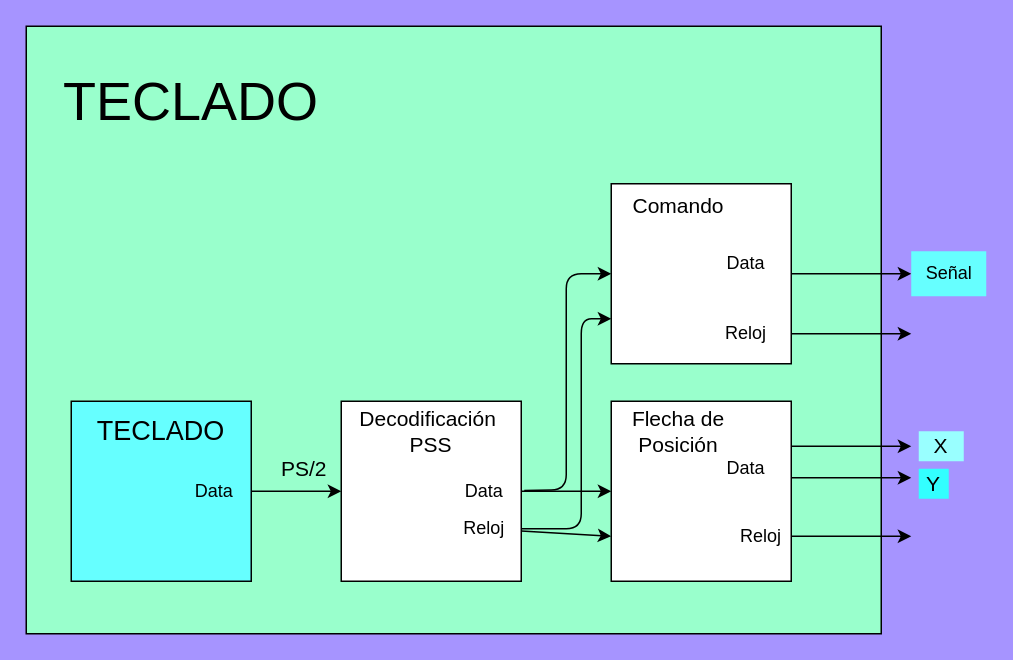
The draw.io diagram retro_paint/diagrams/read_teclado.drawio in safehehe/PTSD1, before the edit. Source tidied: cells renumbered, new cells numbered last; positions are measured from the earlier drawing's top-left corner, leaving out a move shared by most shapes. Both pictures are drawn from the tidied source at 150%, with x=0, y=0 at pixel (26, 26).
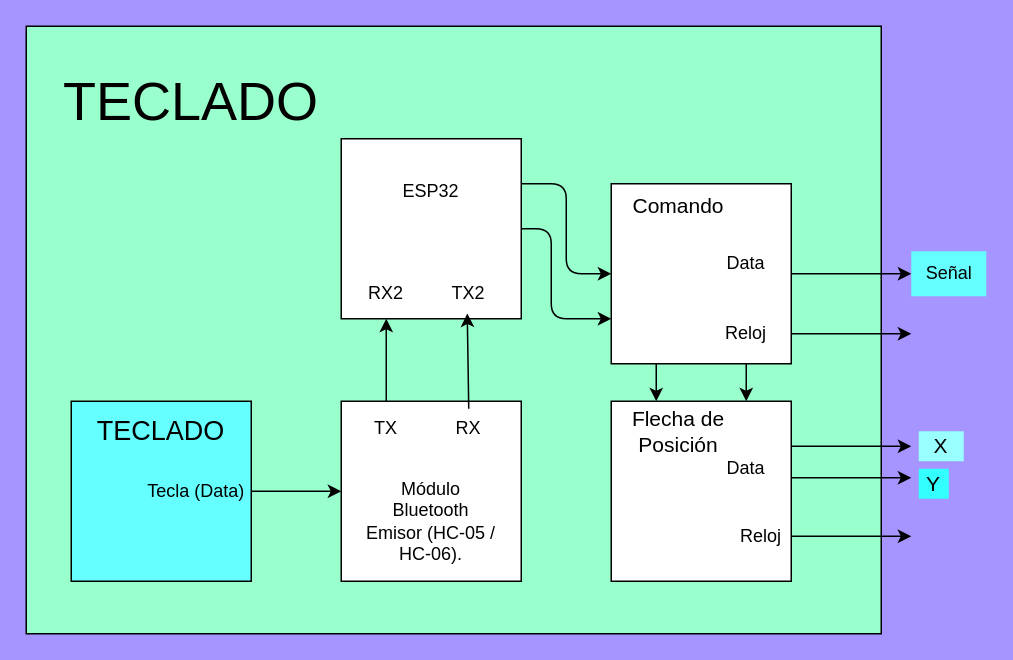
After the change.

Commit message:
Actualización de diagrama para Bluetooth teclado

The change refers to these unchanged cells:
```xml
<mxCell id="9" style="rounded=0;whiteSpace=wrap;html=1;" parent="1" vertex="1">
  <mxGeometry x="210" y="250" width="120" height="120" as="geometry" />
</mxCell>
<mxCell id="18" style="rounded=0;whiteSpace=wrap;html=1;" parent="1" vertex="1">
  <mxGeometry x="390" y="250" width="120" height="120" as="geometry" />
</mxCell>
<mxCell id="26" style="rounded=0;whiteSpace=wrap;html=1;" parent="1" vertex="1">
  <mxGeometry x="390" y="105" width="120" height="120" as="geometry" />
</mxCell>
```

What changed in the source:
```diff
@@
-    <mxCell id="5" value="&lt;font style=&quot;font-size: 14px;&quot;&gt;PS/2&lt;/font&gt;" style="text;html=1;align=center;verticalAlign=middle;strokeColor=none;fillColor=none;" parent="1" vertex="1">
-      <mxGeometry x="160" y="280" width="50" height="30" as="geometry" />
-    </mxCell>
-    <mxCell id="6" value="Data" style="text;html=1;align=center;verticalAlign=middle;strokeColor=none;fillColor=none;" parent="1" vertex="1">
-      <mxGeometry x="100" y="295" width="50" height="30" as="geometry" />
+    <mxCell id="6" value="Tecla (Data)" style="text;html=1;align=center;verticalAlign=middle;strokeColor=none;fillColor=none;" parent="1" vertex="1">
+      <mxGeometry x="68" y="295" width="90" height="30" as="geometry" />
     </mxCell>
-    <mxCell id="7" style="edgeStyle=none;html=1;entryX=0;entryY=0.5;entryDx=0;entryDy=0;" parent="1" edge="1" source="9" target="18">
+    <mxCell id="7" style="edgeStyle=none;html=1;entryX=0.25;entryY=0;entryDx=0;entryDy=0;exitX=0.25;exitY=1;exitDx=0;exitDy=0;" parent="1" edge="1" source="26" target="18">
       <mxGeometry relative="1" as="geometry" />
     </mxCell>
-    <mxCell id="8" style="edgeStyle=none;html=1;entryX=0;entryY=0.5;entryDx=0;entryDy=0;exitX=1.04;exitY=0.483;exitDx=0;exitDy=0;exitPerimeter=0;" parent="1" edge="1" source="12" target="26">
+    <mxCell id="8" style="edgeStyle=none;html=1;entryX=0;entryY=0.5;entryDx=0;entryDy=0;exitX=1;exitY=0.25;exitDx=0;exitDy=0;" parent="1" edge="1" source="34" target="26">
       <mxGeometry relative="1" as="geometry">
         <Array as="points">
-          <mxPoint x="360" y="309" />
+          <mxPoint x="360" y="105" />
           <mxPoint x="360" y="165" />
         </Array>
       </mxGeometry>
     </mxCell>
+    <mxCell id="33" style="edgeStyle=none;html=1;exitX=0.25;exitY=0;exitDx=0;exitDy=0;entryX=0.25;entryY=1;entryDx=0;entryDy=0;" parent="1" edge="1" source="9" target="34">
+      <mxGeometry relative="1" as="geometry" />
+    </mxCell>
@@
-    <mxCell id="11" value="&lt;font style=&quot;font-size: 14px;&quot;&gt;Decodificación&amp;nbsp;&lt;/font&gt;&lt;div&gt;&lt;font style=&quot;font-size: 14px;&quot;&gt;PSS&lt;/font&gt;&lt;/div&gt;" style="text;html=1;align=center;verticalAlign=middle;whiteSpace=wrap;rounded=0;" parent="1" vertex="1">
-      <mxGeometry x="240" y="255" width="60" height="30" as="geometry" />
+    <mxCell id="11" value="Módulo Bluetooth Emisor (HC-05 / HC-06)." style="text;html=1;align=center;verticalAlign=middle;whiteSpace=wrap;rounded=0;" parent="1" vertex="1">
+      <mxGeometry x="225" y="315" width="90" height="30" as="geometry" />
     </mxCell>
-    <mxCell id="12" value="Data" style="text;html=1;align=center;verticalAlign=middle;points=[];strokeColor=none;fillColor=none;" parent="1" vertex="1">
-      <mxGeometry x="280" y="295" width="50" height="30" as="geometry" />
-    </mxCell>
-    <mxCell id="13" style="edgeStyle=none;html=1;entryX=0;entryY=0.75;entryDx=0;entryDy=0;" parent="1" edge="1" source="15" target="18">
+    <mxCell id="13" style="edgeStyle=none;html=1;entryX=0.75;entryY=0;entryDx=0;entryDy=0;exitX=0.75;exitY=1;exitDx=0;exitDy=0;" parent="1" edge="1" source="26" target="18">
       <mxGeometry relative="1" as="geometry" />
     </mxCell>
-    <mxCell id="14" style="edgeStyle=none;html=1;entryX=0;entryY=0.75;entryDx=0;entryDy=0;exitX=1;exitY=0.5;exitDx=0;exitDy=0;exitPerimeter=0;" parent="1" edge="1" source="15" target="26">
+    <mxCell id="14" style="edgeStyle=none;html=1;entryX=0;entryY=0.75;entryDx=0;entryDy=0;exitX=1;exitY=0.5;exitDx=0;exitDy=0;" parent="1" edge="1" source="34" target="26">
       <mxGeometry relative="1" as="geometry">
         <Array as="points">
-          <mxPoint x="370" y="335" />
-          <mxPoint x="370" y="195" />
+          <mxPoint x="350" y="135" />
+          <mxPoint x="350" y="195" />
         </Array>
       </mxGeometry>
     </mxCell>
-    <mxCell id="15" value="Reloj" style="text;html=1;align=center;verticalAlign=middle;points=[];strokeColor=none;fillColor=none;" parent="1" vertex="1">
-      <mxGeometry x="280" y="320" width="50" height="30" as="geometry" />
-    </mxCell>
@@
+    <mxCell id="34" style="rounded=0;whiteSpace=wrap;html=1;" parent="1" vertex="1">
+      <mxGeometry x="210" y="75" width="120" height="120" as="geometry" />
+    </mxCell>
+    <mxCell id="35" value="ESP32" style="text;html=1;align=center;verticalAlign=middle;whiteSpace=wrap;rounded=0;" parent="1" vertex="1">
+      <mxGeometry x="225" y="95" width="90" height="30" as="geometry" />
+    </mxCell>
+    <mxCell id="36" value="TX" style="text;html=1;align=center;verticalAlign=middle;whiteSpace=wrap;rounded=0;" parent="1" vertex="1">
+      <mxGeometry x="220" y="255" width="40" height="25" as="geometry" />
+    </mxCell>
+    <mxCell id="37" value="RX2" style="text;html=1;align=center;verticalAlign=middle;whiteSpace=wrap;rounded=0;" parent="1" vertex="1">
+      <mxGeometry x="220" y="165" width="40" height="25" as="geometry" />
+    </mxCell>
+    <mxCell id="38" value="RX" style="text;html=1;align=center;verticalAlign=middle;whiteSpace=wrap;rounded=0;" parent="1" vertex="1">
+      <mxGeometry x="275" y="255" width="40" height="25" as="geometry" />
+    </mxCell>
+    <mxCell id="39" value="TX2" style="text;html=1;align=center;verticalAlign=middle;whiteSpace=wrap;rounded=0;" parent="1" vertex="1">
+      <mxGeometry x="275" y="165" width="40" height="25" as="geometry" />
+    </mxCell>
+    <mxCell id="40" style="edgeStyle=none;html=1;exitX=0.5;exitY=0;exitDx=0;exitDy=0;entryX=0.7;entryY=0.971;entryDx=0;entryDy=0;entryPerimeter=0;" parent="1" edge="1" source="38" target="34">
+      <mxGeometry relative="1" as="geometry" />
+    </mxCell>
```
